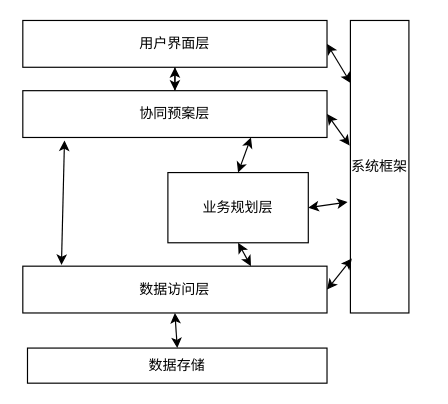
Above: VR协同框架流程图.drawio in UNANSWANG/Draw.io-- (draw.io), before the change. Source tidied: cells renumbered, new cells numbered last; positions are measured from the earlier drawing's top-left corner, leaving out a move shared by most shapes. Both pictures are drawn from the tidied source at 117%, with x=0, y=0 at pixel (22, 20).
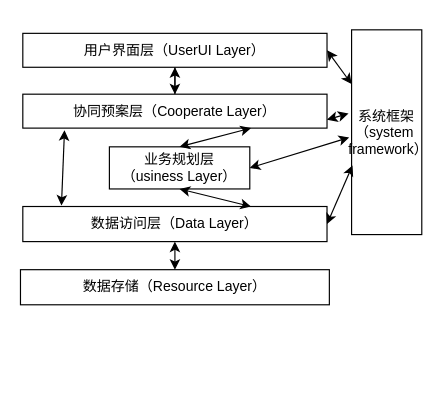
The same page after the edit.

Commit message (it also covers changes not shown here):
更新VR协同框架流程图.drawio

Diff of the diagram source:
```diff
@@
 <mxGraphModel>
   <root>
     <mxCell id="0" />
     <mxCell id="1" parent="0" />
     <mxCell id="2" style="edgeStyle=none;rounded=0;jettySize=auto;html=1;" parent="1" edge="1" source="3" target="5">
       <mxGeometry relative="1" as="geometry" />
     </mxCell>
-    <mxCell id="3" value="用户界面层" style="rounded=0;whiteSpace=wrap;html=1;" parent="1" vertex="1">
-      <mxGeometry width="260" height="40" as="geometry" />
+    <mxCell id="3" value="用户界面层（UserUI Layer）" style="rounded=0;whiteSpace=wrap;html=1;" parent="1" vertex="1">
+      <mxGeometry y="11" width="260" height="29" as="geometry" />
     </mxCell>
     <mxCell id="4" style="edgeStyle=none;rounded=0;jettySize=auto;html=1;entryX=0.5;entryY=1;entryDx=0;entryDy=0;" parent="1" edge="1" source="5" target="3">
       <mxGeometry relative="1" as="geometry" />
     </mxCell>
-    <mxCell id="5" value="协同预案层" style="rounded=0;whiteSpace=wrap;html=1;" parent="1" vertex="1">
-      <mxGeometry y="60" width="260" height="40" as="geometry" />
+    <mxCell id="5" value="协同预案层（Cooperate Layer）" style="rounded=0;whiteSpace=wrap;html=1;" parent="1" vertex="1">
+      <mxGeometry y="63" width="260" height="29" as="geometry" />
     </mxCell>
-    <mxCell id="6" value="业务规划层" style="rounded=0;whiteSpace=wrap;html=1;" parent="1" vertex="1">
-      <mxGeometry x="124" y="130" width="120" height="60" as="geometry" />
+    <mxCell id="6" value="业务规划层&lt;br&gt;（usiness Layer）" style="rounded=0;whiteSpace=wrap;html=1;" parent="1" vertex="1">
+      <mxGeometry x="74" y="108" width="120" height="36" as="geometry" />
     </mxCell>
-    <mxCell id="7" value="系统框架" style="rounded=0;whiteSpace=wrap;html=1;" parent="1" vertex="1">
-      <mxGeometry x="280" width="50" height="250" as="geometry" />
+    <mxCell id="7" value="&lt;span style=&quot;background-color: initial;&quot;&gt;系统框架（system&amp;nbsp; &amp;nbsp;framework）&lt;/span&gt;" style="rounded=0;verticalAlign=middle;horizontal=1;rotation=0;fontFamily=Helvetica;whiteSpace=wrap;html=1;flipV=1;flipH=1;" parent="1" vertex="1">
+      <mxGeometry x="281" y="8" width="60" height="175" as="geometry" />
     </mxCell>
-    <mxCell id="8" value="数据访问层" style="rounded=0;whiteSpace=wrap;html=1;" parent="1" vertex="1">
-      <mxGeometry y="210" width="260" height="40" as="geometry" />
+    <mxCell id="8" value="数据访问层（Data Layer）" style="rounded=0;whiteSpace=wrap;html=1;" parent="1" vertex="1">
+      <mxGeometry y="159" width="260" height="30" as="geometry" />
     </mxCell>
-    <mxCell id="9" value="数据存储" style="rounded=0;whiteSpace=wrap;html=1;" parent="1" vertex="1">
-      <mxGeometry x="4" y="280" width="256" height="30" as="geometry" />
+    <mxCell id="9" value="数据存储（Resource Layer）" style="rounded=0;whiteSpace=wrap;html=1;" parent="1" vertex="1">
+      <mxGeometry x="-2" y="213" width="264" height="30" as="geometry" />
     </mxCell>
     <mxCell id="10" style="endArrow=classic;startArrow=classic;html=1;rounded=0;exitX=0.5;exitY=0;exitDx=0;exitDy=0;entryX=0.75;entryY=1;entryDx=0;entryDy=0;" parent="1" edge="1" source="6" target="5">
       <mxGeometry relative="1" as="geometry" />
     </mxCell>
     <mxCell id="11" style="endArrow=classic;startArrow=classic;html=1;rounded=0;exitX=0.127;exitY=-0.027;exitDx=0;exitDy=0;exitPerimeter=0;entryX=0.137;entryY=1.064;entryDx=0;entryDy=0;entryPerimeter=0;" parent="1" edge="1" source="8" target="5">
       <mxGeometry relative="1" as="geometry" />
     </mxCell>
     <mxCell id="12" style="endArrow=classic;startArrow=classic;html=1;rounded=0;entryX=0.5;entryY=1;entryDx=0;entryDy=0;exitX=0.5;exitY=0;exitDx=0;exitDy=0;" parent="1" edge="1" source="9" target="8">
       <mxGeometry relative="1" as="geometry" />
     </mxCell>
     <mxCell id="13" style="endArrow=classic;startArrow=classic;html=1;rounded=0;entryX=0.5;entryY=1;entryDx=0;entryDy=0;exitX=0.75;exitY=0;exitDx=0;exitDy=0;" parent="1" edge="1" source="8" target="6">
       <mxGeometry relative="1" as="geometry" />
     </mxCell>
-    <mxCell id="14" style="endArrow=classic;startArrow=classic;html=1;rounded=0;exitX=1;exitY=0.5;exitDx=0;exitDy=0;entryX=0.006;entryY=0.214;entryDx=0;entryDy=0;entryPerimeter=0;" parent="1" edge="1" source="3" target="7">
-      <mxGeometry relative="1" as="geometry" />
-    </mxCell>
-    <mxCell id="15" style="endArrow=classic;startArrow=classic;html=1;rounded=0;exitX=1;exitY=0.5;exitDx=0;exitDy=0;entryX=-0.013;entryY=0.428;entryDx=0;entryDy=0;entryPerimeter=0;" parent="1" edge="1" source="5" target="7">
-      <mxGeometry relative="1" as="geometry" />
-    </mxCell>
-    <mxCell id="16" style="endArrow=classic;startArrow=classic;html=1;rounded=0;exitX=1;exitY=0.5;exitDx=0;exitDy=0;entryX=-0.049;entryY=0.621;entryDx=0;entryDy=0;entryPerimeter=0;" parent="1" edge="1" source="6" target="7">
-      <mxGeometry relative="1" as="geometry" />
-    </mxCell>
+    <mxCell id="18" style="endArrow=classic;startArrow=classic;html=1;rounded=0;entryX=1;entryY=0.5;entryDx=0;entryDy=0;" parent="1" edge="1" source="7" target="3">
+      <mxGeometry relative="1" as="geometry" />
+    </mxCell>
+    <mxCell id="19" style="endArrow=classic;startArrow=classic;html=1;rounded=0;exitX=1;exitY=0.5;exitDx=0;exitDy=0;" parent="1" edge="1" source="6">
+      <mxGeometry relative="1" as="geometry">
+        <mxPoint x="279" y="100" as="targetPoint" />
+      </mxGeometry>
+    </mxCell>
+    <mxCell id="20" style="endArrow=classic;startArrow=classic;html=1;rounded=0;entryX=1;entryY=0.75;entryDx=0;entryDy=0;exitX=1.043;exitY=0.591;exitDx=0;exitDy=0;exitPerimeter=0;" parent="1" edge="1" source="7" target="5">
+      <mxGeometry relative="1" as="geometry" />
+    </mxCell>
-    <mxCell id="17" style="endArrow=classic;startArrow=classic;html=1;rounded=0;exitX=1;exitY=0.5;exitDx=0;exitDy=0;entryX=0.024;entryY=0.814;entryDx=0;entryDy=0;entryPerimeter=0;" parent="1" edge="1" source="8" target="7">
+    <mxCell id="17" style="endArrow=classic;startArrow=classic;html=1;rounded=0;exitX=1;exitY=0.5;exitDx=0;exitDy=0;entryX=0.987;entryY=0.338;entryDx=0;entryDy=0;entryPerimeter=0;" parent="1" edge="1" source="8" target="7">
       <mxGeometry relative="1" as="geometry" />
     </mxCell>
   </root>
 </mxGraphModel>
```
